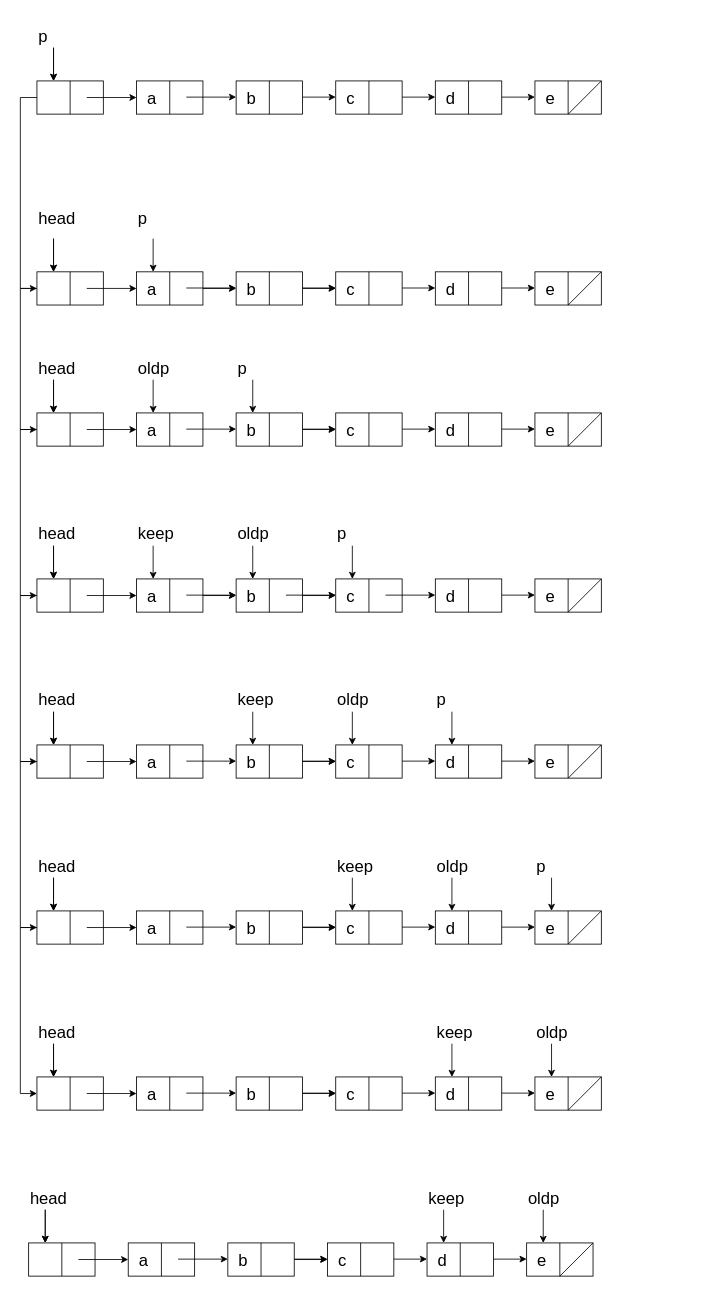
This is Untitled Diagram.drawio from PoriPoriPori/Pori, a draw.io file, before an edit. Source tidied: cells renumbered, new cells numbered last; positions are measured from the earlier drawing's top-left corner, leaving out a move shared by most shapes. Both pictures are drawn from the tidied source at 83%, with x=0, y=0 at pixel (28, 14).
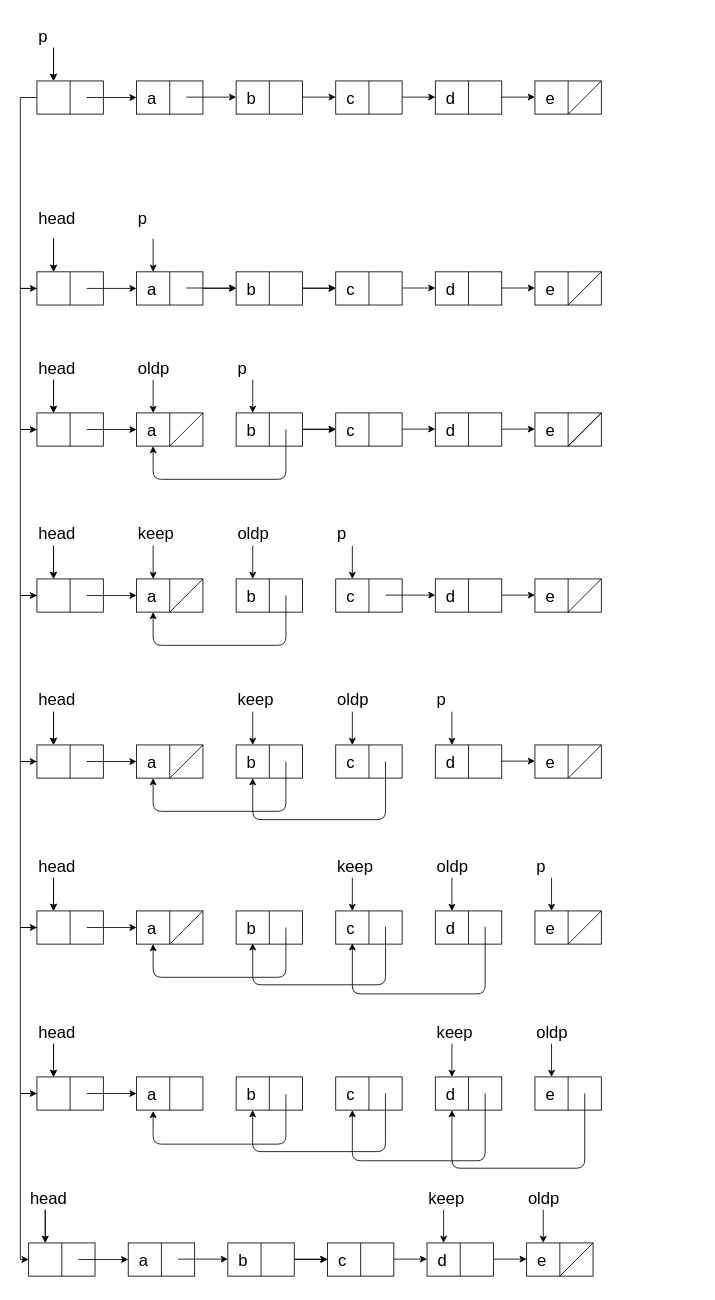
After the change.

The change refers to these unchanged cells:
```xml
<mxCell id="27" style="group;" parent="26" vertex="1">
  <mxGeometry y="40" width="680" height="80" as="geometry" />
</mxCell>
<mxCell id="41" value="&lt;div style=&quot;font-size: 30px&quot; align=&quot;left&quot;&gt;&lt;p style=&quot;font-size: 20px&quot;&gt;&amp;nbsp; b&lt;br&gt;&lt;/p&gt;&lt;/div&gt;" style="rounded=0;whiteSpace=wrap;html=1;comic=0;align=left;" parent="27" vertex="1">
  <mxGeometry x="240" y="40" width="80" height="40" as="geometry" />
</mxCell>
<mxCell id="45" value="&lt;div style=&quot;font-size: 30px&quot; align=&quot;left&quot;&gt;&lt;p style=&quot;font-size: 20px&quot;&gt;&amp;nbsp; c&lt;br&gt;&lt;/p&gt;&lt;/div&gt;" style="rounded=0;whiteSpace=wrap;html=1;comic=0;align=left;" parent="27" vertex="1">
  <mxGeometry x="360" y="40" width="80" height="40" as="geometry" />
</mxCell>
<mxCell id="56" value="&lt;div style=&quot;font-size: 30px&quot; align=&quot;left&quot;&gt;&lt;p style=&quot;font-size: 20px&quot;&gt;&amp;nbsp; a&lt;/p&gt;&lt;/div&gt;" style="rounded=0;whiteSpace=wrap;html=1;comic=0;align=left;" parent="52" vertex="1">
  <mxGeometry x="120" y="40" width="80" height="40" as="geometry" />
</mxCell>
<mxCell id="62" value="&lt;div style=&quot;font-size: 30px&quot; align=&quot;left&quot;&gt;&lt;p style=&quot;font-size: 20px&quot;&gt;&amp;nbsp; b&lt;br&gt;&lt;/p&gt;&lt;/div&gt;" style="rounded=0;whiteSpace=wrap;html=1;comic=0;align=left;" parent="52" vertex="1">
  <mxGeometry x="240" y="40" width="80" height="40" as="geometry" />
</mxCell>
<mxCell id="66" value="&lt;div style=&quot;font-size: 30px&quot; align=&quot;left&quot;&gt;&lt;p style=&quot;font-size: 20px&quot;&gt;&amp;nbsp; c&lt;br&gt;&lt;/p&gt;&lt;/div&gt;" style="rounded=0;whiteSpace=wrap;html=1;comic=0;align=left;" parent="52" vertex="1">
  <mxGeometry x="360" y="40" width="80" height="40" as="geometry" />
</mxCell>
<mxCell id="71" style="group;" parent="52" vertex="1">
  <mxGeometry x="140" width="340" height="59.5" as="geometry" />
</mxCell>
<mxCell id="79" style="group;" parent="78" vertex="1">
  <mxGeometry y="40" width="680" height="80" as="geometry" />
</mxCell>
<mxCell id="83" value="&lt;div style=&quot;font-size: 30px&quot; align=&quot;left&quot;&gt;&lt;p style=&quot;font-size: 20px&quot;&gt;&amp;nbsp; a&lt;/p&gt;&lt;/div&gt;" style="rounded=0;whiteSpace=wrap;html=1;comic=0;align=left;" parent="79" vertex="1">
  <mxGeometry x="120" y="40" width="80" height="40" as="geometry" />
</mxCell>
<mxCell id="108" style="group;" parent="107" vertex="1">
  <mxGeometry y="40" width="680" height="80" as="geometry" />
</mxCell>
<mxCell id="112" value="&lt;div style=&quot;font-size: 30px&quot; align=&quot;left&quot;&gt;&lt;p style=&quot;font-size: 20px&quot;&gt;&amp;nbsp; a&lt;/p&gt;&lt;/div&gt;" style="rounded=0;whiteSpace=wrap;html=1;comic=0;align=left;" parent="108" vertex="1">
  <mxGeometry x="120" y="40" width="80" height="40" as="geometry" />
</mxCell>
<mxCell id="122" value="&lt;div style=&quot;font-size: 30px&quot; align=&quot;left&quot;&gt;&lt;p style=&quot;font-size: 20px&quot;&gt;&amp;nbsp; b&lt;br&gt;&lt;/p&gt;&lt;/div&gt;" style="rounded=0;whiteSpace=wrap;html=1;comic=0;align=left;" parent="108" vertex="1">
  <mxGeometry x="240" y="40" width="80" height="40" as="geometry" />
</mxCell>
<mxCell id="126" value="&lt;div style=&quot;font-size: 30px&quot; align=&quot;left&quot;&gt;&lt;p style=&quot;font-size: 20px&quot;&gt;&amp;nbsp; c&lt;br&gt;&lt;/p&gt;&lt;/div&gt;" style="rounded=0;whiteSpace=wrap;html=1;comic=0;align=left;" parent="108" vertex="1">
  <mxGeometry x="360" y="40" width="80" height="40" as="geometry" />
</mxCell>
<mxCell id="187" style="group;" parent="186" vertex="1">
  <mxGeometry y="40" width="680" height="80" as="geometry" />
</mxCell>
<mxCell id="188" style="rounded=0;whiteSpace=wrap;html=1;comic=0;" parent="187" vertex="1">
  <mxGeometry y="40" width="80" height="40" as="geometry" />
</mxCell>
<mxCell id="201" value="&lt;div style=&quot;font-size: 30px&quot; align=&quot;left&quot;&gt;&lt;p style=&quot;font-size: 20px&quot;&gt;&amp;nbsp; b&lt;br&gt;&lt;/p&gt;&lt;/div&gt;" style="rounded=0;whiteSpace=wrap;html=1;comic=0;align=left;" parent="187" vertex="1">
  <mxGeometry x="240" y="40" width="80" height="40" as="geometry" />
</mxCell>
<mxCell id="205" value="&lt;div style=&quot;font-size: 30px&quot; align=&quot;left&quot;&gt;&lt;p style=&quot;font-size: 20px&quot;&gt;&amp;nbsp; c&lt;br&gt;&lt;/p&gt;&lt;/div&gt;" style="rounded=0;whiteSpace=wrap;html=1;comic=0;align=left;" parent="187" vertex="1">
  <mxGeometry x="360" y="40" width="80" height="40" as="geometry" />
</mxCell>
<mxCell id="207" value="&lt;div style=&quot;font-size: 30px&quot; align=&quot;left&quot;&gt;&lt;p style=&quot;font-size: 20px&quot;&gt;&amp;nbsp; e&lt;br&gt;&lt;/p&gt;&lt;/div&gt;" style="rounded=0;whiteSpace=wrap;html=1;comic=0;align=left;" parent="187" vertex="1">
  <mxGeometry x="600" y="40" width="80" height="40" as="geometry" />
</mxCell>
<mxCell id="223" style="rounded=0;whiteSpace=wrap;html=1;comic=0;" parent="222" vertex="1">
  <mxGeometry y="40" width="80" height="40" as="geometry" />
</mxCell>
```

Change to the diagram source:
```diff
@@
-    <mxCell id="34" style="endArrow=classic;html=1;comic=0;" parent="27" edge="1">
-      <mxGeometry relative="1" as="geometry">
-        <mxPoint x="180" y="59.5" as="sourcePoint" />
-        <mxPoint x="240" y="59.5" as="targetPoint" />
-      </mxGeometry>
-    </mxCell>
-    <mxCell id="35" style="endArrow=classic;html=1;comic=0;" parent="27" edge="1">
-      <mxGeometry relative="1" as="geometry">
-        <mxPoint x="300" y="59.5" as="sourcePoint" />
-        <mxPoint x="360" y="59.5" as="targetPoint" />
-      </mxGeometry>
-    </mxCell>
-    <mxCell id="36" style="endArrow=classic;html=1;comic=0;" parent="27" edge="1">
-      <mxGeometry relative="1" as="geometry">
-        <mxPoint x="420" y="59.5" as="sourcePoint" />
-        <mxPoint x="480" y="59.5" as="targetPoint" />
-      </mxGeometry>
-    </mxCell>
-    <mxCell id="37" style="endArrow=classic;html=1;comic=0;" parent="27" edge="1">
-      <mxGeometry relative="1" as="geometry">
-        <mxPoint x="540" y="59.5" as="sourcePoint" />
-        <mxPoint x="600" y="59.5" as="targetPoint" />
-      </mxGeometry>
-    </mxCell>
@@
-    <mxCell id="40" style="edgeStyle=orthogonalEdgeStyle;rounded=0;jettySize=auto;html=1;" parent="27" edge="1" source="41" target="45">
-      <mxGeometry relative="1" as="geometry" />
-    </mxCell>
@@
-    <mxCell id="72" style="edgeStyle=orthogonalEdgeStyle;rounded=0;jettySize=auto;html=1;" parent="71" edge="1" source="56" target="62">
-      <mxGeometry relative="1" as="geometry" />
-    </mxCell>
-    <mxCell id="73" style="endArrow=classic;html=1;comic=0;" parent="71" edge="1">
-      <mxGeometry relative="1" as="geometry">
-        <mxPoint x="40" y="59.5" as="sourcePoint" />
-        <mxPoint x="100" y="59.5" as="targetPoint" />
-      </mxGeometry>
-    </mxCell>
-    <mxCell id="74" style="endArrow=classic;html=1;comic=0;" parent="71" edge="1">
-      <mxGeometry relative="1" as="geometry">
-        <mxPoint x="160" y="59.5" as="sourcePoint" />
-        <mxPoint x="220" y="59.5" as="targetPoint" />
-      </mxGeometry>
-    </mxCell>
@@
-    <mxCell id="76" style="edgeStyle=orthogonalEdgeStyle;rounded=0;jettySize=auto;html=1;" parent="71" edge="1" source="62" target="66">
-      <mxGeometry relative="1" as="geometry" />
-    </mxCell>
@@
-    <mxCell id="86" style="endArrow=classic;html=1;comic=0;" parent="79" edge="1">
-      <mxGeometry relative="1" as="geometry">
-        <mxPoint x="180" y="59.5" as="sourcePoint" />
-        <mxPoint x="240" y="59.5" as="targetPoint" />
-      </mxGeometry>
-    </mxCell>
@@
-    <mxCell id="115" style="endArrow=classic;html=1;comic=0;" parent="108" edge="1">
-      <mxGeometry relative="1" as="geometry">
-        <mxPoint x="180" y="59.5" as="sourcePoint" />
-        <mxPoint x="240" y="59.5" as="targetPoint" />
-      </mxGeometry>
-    </mxCell>
-    <mxCell id="116" style="endArrow=classic;html=1;comic=0;" parent="108" edge="1">
-      <mxGeometry relative="1" as="geometry">
-        <mxPoint x="300" y="59.5" as="sourcePoint" />
-        <mxPoint x="360" y="59.5" as="targetPoint" />
-      </mxGeometry>
-    </mxCell>
-    <mxCell id="117" style="endArrow=classic;html=1;comic=0;" parent="108" edge="1">
-      <mxGeometry relative="1" as="geometry">
-        <mxPoint x="420" y="59.5" as="sourcePoint" />
-        <mxPoint x="480" y="59.5" as="targetPoint" />
-      </mxGeometry>
-    </mxCell>
@@
-    <mxCell id="121" style="edgeStyle=orthogonalEdgeStyle;rounded=0;jettySize=auto;html=1;" parent="108" edge="1" source="122" target="126">
-      <mxGeometry relative="1" as="geometry" />
-    </mxCell>
@@
+    <mxCell id="250" style="endArrow=none;html=1;exitX=0.5;exitY=1;exitDx=0;exitDy=0;entryX=1;entryY=0;entryDx=0;entryDy=0;" parent="108" edge="1" source="112" target="112">
+      <mxGeometry relative="1" as="geometry" />
+    </mxCell>
@@
-    <mxCell id="194" style="endArrow=classic;html=1;comic=0;" parent="187" edge="1">
-      <mxGeometry relative="1" as="geometry">
-        <mxPoint x="180" y="59.5" as="sourcePoint" />
-        <mxPoint x="240" y="59.5" as="targetPoint" />
-      </mxGeometry>
-    </mxCell>
-    <mxCell id="195" style="endArrow=classic;html=1;comic=0;" parent="187" edge="1">
-      <mxGeometry relative="1" as="geometry">
-        <mxPoint x="300" y="59.5" as="sourcePoint" />
-        <mxPoint x="360" y="59.5" as="targetPoint" />
-      </mxGeometry>
-    </mxCell>
-    <mxCell id="196" style="endArrow=classic;html=1;comic=0;" parent="187" edge="1">
-      <mxGeometry relative="1" as="geometry">
-        <mxPoint x="420" y="59.5" as="sourcePoint" />
-        <mxPoint x="480" y="59.5" as="targetPoint" />
-      </mxGeometry>
-    </mxCell>
-    <mxCell id="197" style="endArrow=classic;html=1;comic=0;" parent="187" edge="1">
-      <mxGeometry relative="1" as="geometry">
-        <mxPoint x="540" y="59.5" as="sourcePoint" />
-        <mxPoint x="600" y="59.5" as="targetPoint" />
-      </mxGeometry>
-    </mxCell>
@@
-    <mxCell id="200" style="edgeStyle=orthogonalEdgeStyle;rounded=0;jettySize=auto;html=1;" parent="187" edge="1" source="201" target="205">
-      <mxGeometry relative="1" as="geometry" />
-    </mxCell>
@@
-    <mxCell id="209" style="endArrow=none;html=1;entryX=1;entryY=0;entryDx=0;entryDy=0;exitX=0.5;exitY=1;exitDx=0;exitDy=0;" parent="187" edge="1" source="207" target="207">
-      <mxGeometry relative="1" as="geometry" />
-    </mxCell>
@@
+    <mxCell id="251" style="edgeStyle=orthogonalEdgeStyle;rounded=0;jettySize=auto;html=1;exitX=0;exitY=0.5;exitDx=0;exitDy=0;entryX=0;entryY=0.5;entryDx=0;entryDy=0;" parent="1" edge="1" source="188" target="223">
+      <mxGeometry relative="1" as="geometry">
+        <Array as="points">
+          <mxPoint x="-10" y="1300" />
+          <mxPoint x="-10" y="1500" />
+        </Array>
+      </mxGeometry>
+    </mxCell>
+    <mxCell id="252" style="endArrow=none;html=1;entryX=1;entryY=0;entryDx=0;entryDy=0;exitX=0.5;exitY=1;exitDx=0;exitDy=0;" parent="1" edge="1">
+      <mxGeometry relative="1" as="geometry">
+        <mxPoint x="650" y="520" as="sourcePoint" />
+        <mxPoint x="690" y="480" as="targetPoint" />
+      </mxGeometry>
+    </mxCell>
+    <mxCell id="253" style="endArrow=none;html=1;entryX=1;entryY=0;entryDx=0;entryDy=0;exitX=0.5;exitY=1;exitDx=0;exitDy=0;" parent="1" edge="1">
+      <mxGeometry relative="1" as="geometry">
+        <mxPoint x="170" y="520" as="sourcePoint" />
+        <mxPoint x="210" y="480" as="targetPoint" />
+      </mxGeometry>
+    </mxCell>
+    <mxCell id="254" style="endArrow=none;html=1;exitX=0.5;exitY=1;exitDx=0;exitDy=0;" parent="1" edge="1" source="56">
+      <mxGeometry relative="1" as="geometry">
+        <mxPoint x="210" y="680" as="targetPoint" />
+      </mxGeometry>
+    </mxCell>
+    <mxCell id="255" style="edgeStyle=segmentEdgeStyle;endArrow=classic;html=1;entryX=0.25;entryY=1;entryDx=0;entryDy=0;" parent="1" edge="1" target="83">
+      <mxGeometry relative="1" as="geometry">
+        <mxPoint x="310" y="500" as="sourcePoint" />
+        <Array as="points">
+          <mxPoint x="310" y="560" />
+          <mxPoint x="150" y="560" />
+        </Array>
+      </mxGeometry>
+    </mxCell>
+    <mxCell id="256" style="edgeStyle=segmentEdgeStyle;endArrow=classic;html=1;entryX=0.25;entryY=1;entryDx=0;entryDy=0;" parent="1" edge="1">
+      <mxGeometry relative="1" as="geometry">
+        <mxPoint x="310" y="700" as="sourcePoint" />
+        <mxPoint x="150" y="720" as="targetPoint" />
+        <Array as="points">
+          <mxPoint x="310" y="760" />
+          <mxPoint x="150" y="760" />
+        </Array>
+      </mxGeometry>
+    </mxCell>
+    <mxCell id="257" style="edgeStyle=segmentEdgeStyle;endArrow=classic;html=1;entryX=0.25;entryY=1;entryDx=0;entryDy=0;" parent="1" edge="1">
+      <mxGeometry relative="1" as="geometry">
+        <mxPoint x="310" y="900" as="sourcePoint" />
+        <mxPoint x="150" y="920" as="targetPoint" />
+        <Array as="points">
+          <mxPoint x="310" y="960" />
+          <mxPoint x="150" y="960" />
+        </Array>
+      </mxGeometry>
+    </mxCell>
+    <mxCell id="258" style="edgeStyle=segmentEdgeStyle;endArrow=classic;html=1;entryX=0.25;entryY=1;entryDx=0;entryDy=0;" parent="1" edge="1">
+      <mxGeometry relative="1" as="geometry">
+        <mxPoint x="430" y="900" as="sourcePoint" />
+        <mxPoint x="270" y="920" as="targetPoint" />
+        <Array as="points">
+          <mxPoint x="430" y="970" />
+          <mxPoint x="270" y="970" />
+        </Array>
+      </mxGeometry>
+    </mxCell>
+    <mxCell id="259" style="endArrow=none;html=1;exitX=0.5;exitY=1;exitDx=0;exitDy=0;entryX=1;entryY=0;entryDx=0;entryDy=0;" parent="1" edge="1">
+      <mxGeometry relative="1" as="geometry">
+        <mxPoint x="170" y="1120" as="sourcePoint" />
+        <mxPoint x="210" y="1080" as="targetPoint" />
+      </mxGeometry>
+    </mxCell>
+    <mxCell id="260" style="edgeStyle=segmentEdgeStyle;endArrow=classic;html=1;entryX=0.25;entryY=1;entryDx=0;entryDy=0;" parent="1" edge="1">
+      <mxGeometry relative="1" as="geometry">
+        <mxPoint x="310" y="1100" as="sourcePoint" />
+        <mxPoint x="150" y="1120" as="targetPoint" />
+        <Array as="points">
+          <mxPoint x="310" y="1160" />
+          <mxPoint x="150" y="1160" />
+        </Array>
+      </mxGeometry>
+    </mxCell>
+    <mxCell id="261" style="edgeStyle=segmentEdgeStyle;endArrow=classic;html=1;entryX=0.25;entryY=1;entryDx=0;entryDy=0;" parent="1" edge="1">
+      <mxGeometry relative="1" as="geometry">
+        <mxPoint x="430" y="1099" as="sourcePoint" />
+        <mxPoint x="270" y="1119" as="targetPoint" />
+        <Array as="points">
+          <mxPoint x="430" y="1169" />
+          <mxPoint x="270" y="1169" />
+        </Array>
+      </mxGeometry>
+    </mxCell>
+    <mxCell id="262" style="edgeStyle=segmentEdgeStyle;endArrow=classic;html=1;entryX=0.25;entryY=1;entryDx=0;entryDy=0;" parent="1" edge="1">
+      <mxGeometry relative="1" as="geometry">
+        <mxPoint x="550" y="1099" as="sourcePoint" />
+        <mxPoint x="390" y="1119" as="targetPoint" />
+        <Array as="points">
+          <mxPoint x="550" y="1180" />
+          <mxPoint x="390" y="1180" />
+        </Array>
+      </mxGeometry>
+    </mxCell>
+    <mxCell id="263" style="edgeStyle=segmentEdgeStyle;endArrow=classic;html=1;entryX=0.25;entryY=1;entryDx=0;entryDy=0;" parent="1" edge="1">
+      <mxGeometry relative="1" as="geometry">
+        <mxPoint x="310" y="1301" as="sourcePoint" />
+        <mxPoint x="150" y="1321" as="targetPoint" />
+        <Array as="points">
+          <mxPoint x="310" y="1361" />
+          <mxPoint x="150" y="1361" />
+        </Array>
+      </mxGeometry>
+    </mxCell>
+    <mxCell id="264" style="edgeStyle=segmentEdgeStyle;endArrow=classic;html=1;entryX=0.25;entryY=1;entryDx=0;entryDy=0;" parent="1" edge="1">
+      <mxGeometry relative="1" as="geometry">
+        <mxPoint x="429.9" y="1300" as="sourcePoint" />
+        <mxPoint x="269.9" y="1320" as="targetPoint" />
+        <Array as="points">
+          <mxPoint x="430" y="1370" />
+          <mxPoint x="270" y="1370" />
+        </Array>
+      </mxGeometry>
+    </mxCell>
+    <mxCell id="265" style="edgeStyle=segmentEdgeStyle;endArrow=classic;html=1;entryX=0.25;entryY=1;entryDx=0;entryDy=0;" parent="1" edge="1">
+      <mxGeometry relative="1" as="geometry">
+        <mxPoint x="550" y="1300" as="sourcePoint" />
+        <mxPoint x="390" y="1320" as="targetPoint" />
+        <Array as="points">
+          <mxPoint x="550" y="1381" />
+          <mxPoint x="390" y="1381" />
+        </Array>
+      </mxGeometry>
+    </mxCell>
+    <mxCell id="266" style="edgeStyle=segmentEdgeStyle;endArrow=classic;html=1;entryX=0.25;entryY=1;entryDx=0;entryDy=0;" parent="1" edge="1">
+      <mxGeometry relative="1" as="geometry">
+        <mxPoint x="670" y="1300" as="sourcePoint" />
+        <mxPoint x="510" y="1320" as="targetPoint" />
+        <Array as="points">
+          <mxPoint x="670" y="1390" />
+          <mxPoint x="510" y="1390" />
+        </Array>
+      </mxGeometry>
+    </mxCell>
```
